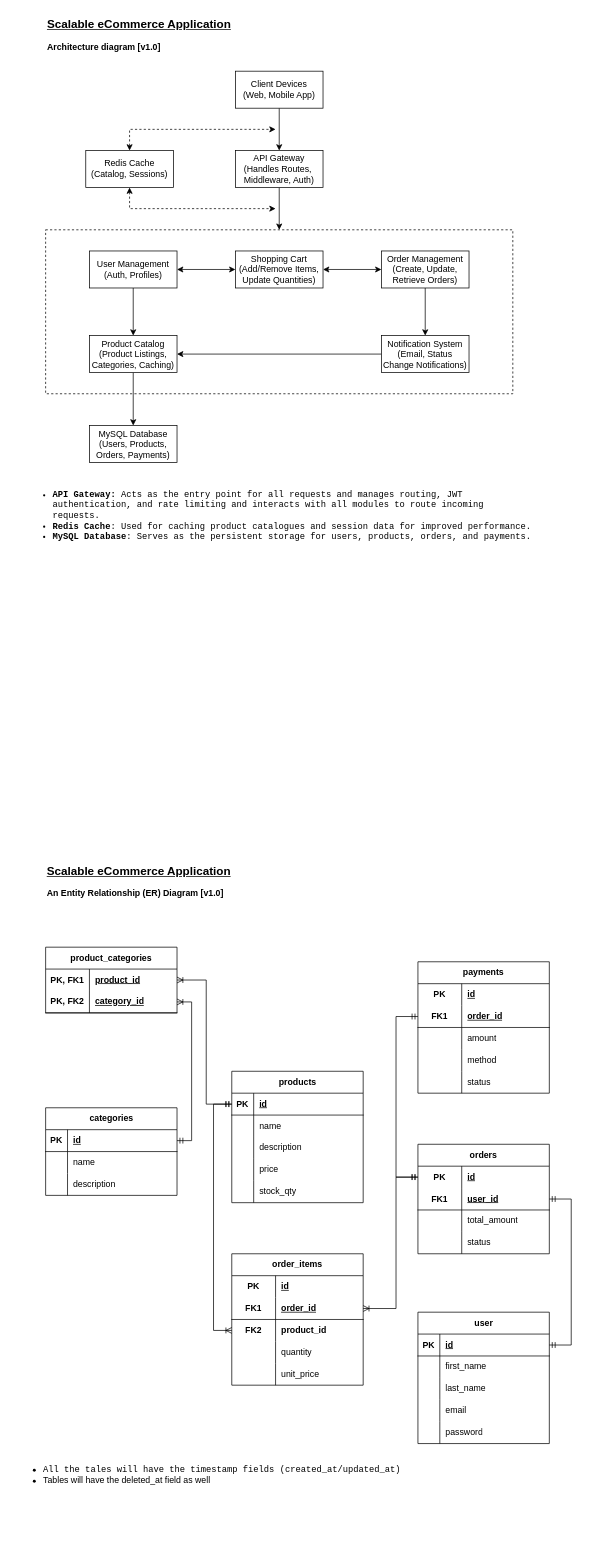
Earlier version of the draw.io diagram Scalable eCommerce Application.drawio (pradeep-rajapaksha/iposg-test). Source tidied: cells renumbered, new cells numbered last; positions are measured from the earlier drawing's top-left corner, leaving out a move shared by most shapes. Both pictures are drawn from the tidied source at 73%, with x=0, y=0 at pixel (12, 12).
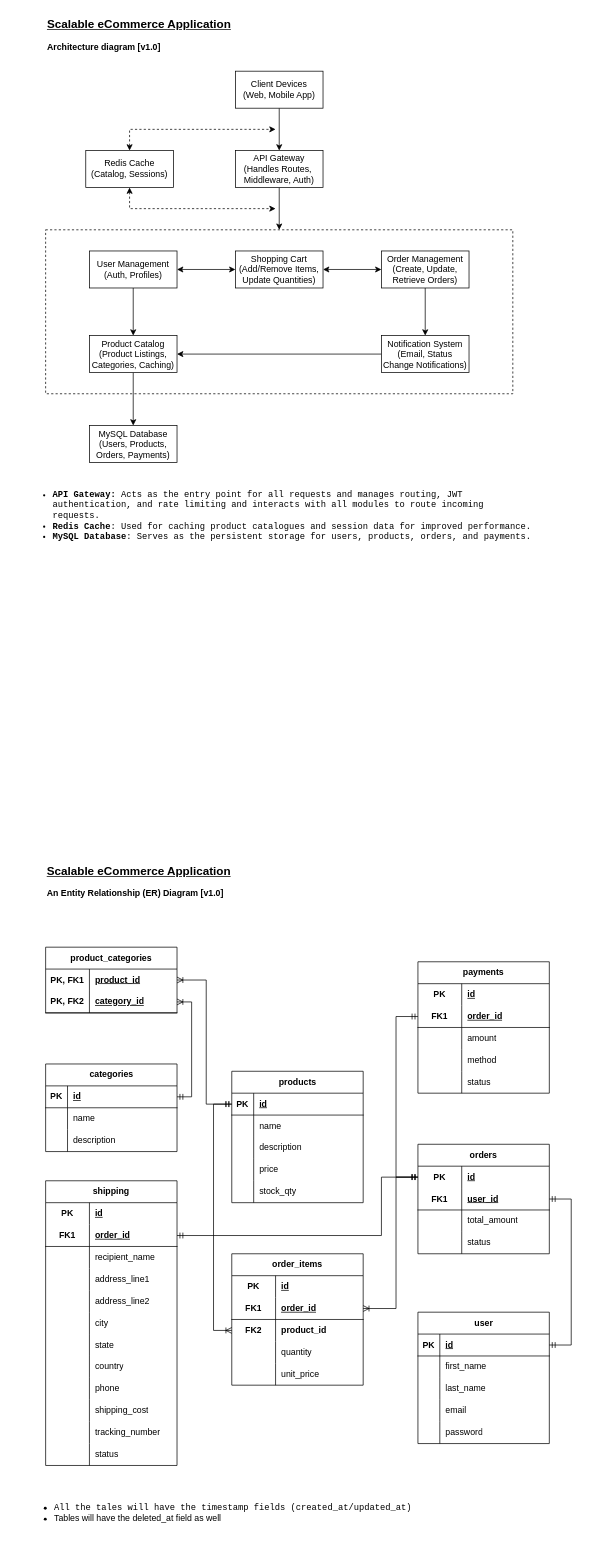
After the change.

Unchanged cells that the change refers to:
```xml
<mxCell id="28" style="shape=tableRow;horizontal=0;startSize=0;swimlaneHead=0;swimlaneBody=0;fillColor=none;points=[[0,0.5],[1,0.5]];portConstraint=eastwest;top=0;left=0;right=0;bottom=1;" parent="27" vertex="1">
  <mxGeometry y="30" width="180" height="30" as="geometry" />
</mxCell>
<mxCell id="38" style="shape=tableRow;horizontal=0;startSize=0;swimlaneHead=0;swimlaneBody=0;fillColor=none;points=[[0,0.5],[1,0.5]];portConstraint=eastwest;top=0;left=0;right=0;bottom=0;html=1;" parent="37" vertex="1">
  <mxGeometry y="30" width="180" height="30" as="geometry" />
</mxCell>
<mxCell id="41" style="shape=tableRow;horizontal=0;startSize=0;swimlaneHead=0;swimlaneBody=0;fillColor=none;points=[[0,0.5],[1,0.5]];portConstraint=eastwest;top=0;left=0;right=0;bottom=1;html=1;" parent="37" vertex="1">
  <mxGeometry y="60" width="180" height="30" as="geometry" />
</mxCell>
<mxCell id="54" style="shape=tableRow;horizontal=0;startSize=0;swimlaneHead=0;swimlaneBody=0;fillColor=none;points=[[0,0.5],[1,0.5]];portConstraint=eastwest;top=0;left=0;right=0;bottom=1;html=1;" parent="50" vertex="1">
  <mxGeometry y="60" width="180" height="30" as="geometry" />
</mxCell>
<mxCell id="67" style="shape=tableRow;horizontal=0;startSize=0;swimlaneHead=0;swimlaneBody=0;fillColor=none;points=[[0,0.5],[1,0.5]];portConstraint=eastwest;top=0;left=0;right=0;bottom=0;html=1;" parent="66" vertex="1">
  <mxGeometry y="30" width="180" height="30" as="geometry" />
</mxCell>
<mxCell id="70" style="shape=tableRow;horizontal=0;startSize=0;swimlaneHead=0;swimlaneBody=0;fillColor=none;points=[[0,0.5],[1,0.5]];portConstraint=eastwest;top=0;left=0;right=0;bottom=1;html=1;" parent="66" vertex="1">
  <mxGeometry y="60" width="180" height="30" as="geometry" />
</mxCell>
<mxCell id="74" style="shape=tableRow;horizontal=0;startSize=0;swimlaneHead=0;swimlaneBody=0;fillColor=none;points=[[0,0.5],[1,0.5]];portConstraint=eastwest;top=0;left=0;right=0;bottom=1;" parent="73" vertex="1">
  <mxGeometry y="30" width="180" height="30" as="geometry" />
</mxCell>
<mxCell id="94" style="shape=tableRow;horizontal=0;startSize=0;swimlaneHead=0;swimlaneBody=0;fillColor=none;points=[[0,0.5],[1,0.5]];portConstraint=eastwest;top=0;left=0;right=0;bottom=1;" parent="93" vertex="1">
  <mxGeometry y="30" width="180" height="30" as="geometry" />
</mxCell>
<mxCell id="114" style="shape=tableRow;horizontal=0;startSize=0;swimlaneHead=0;swimlaneBody=0;fillColor=none;points=[[0,0.5],[1,0.5]];portConstraint=eastwest;top=0;left=0;right=0;bottom=1;html=1;strokeColor=default;swimlaneLine=1;" parent="110" vertex="1">
  <mxGeometry y="60" width="180" height="30" as="geometry" />
</mxCell>
<mxCell id="117" style="shape=tableRow;horizontal=0;startSize=0;swimlaneHead=0;swimlaneBody=0;fillColor=none;points=[[0,0.5],[1,0.5]];portConstraint=eastwest;top=0;left=0;right=0;bottom=0;html=1;swimlaneLine=1;strokeColor=default;fontStyle=1;" parent="110" vertex="1">
  <mxGeometry y="90" width="180" height="30" as="geometry" />
</mxCell>
```

Change to the diagram source:
```diff
@@
-    <mxCell id="26" style="group;" parent="1" vertex="1">
-      <mxGeometry y="1160" width="765" height="878" as="geometry" />
-    </mxCell>
-    <mxCell id="27" value="categories" style="shape=table;startSize=30;childLayout=tableLayout;rowLines=0;fontStyle=1;align=center;html=1;" parent="26" vertex="1">
-      <mxGeometry x="45" y="340" width="180" height="120" as="geometry" />
+    <mxCell id="27" value="categories" style="shape=table;startSize=30;childLayout=tableLayout;rowLines=0;fontStyle=1;align=center;html=1;" parent="1" vertex="1">
+      <mxGeometry x="45" y="1440" width="180" height="120" as="geometry" />
     </mxCell>
@@
-    <mxCell id="37" value="orders" style="shape=table;startSize=30;childLayout=tableLayout;rowLines=0;fontStyle=1;align=center;html=1;whiteSpace=wrap;" parent="26" vertex="1">
-      <mxGeometry x="555" y="390" width="180" height="150" as="geometry" />
+    <mxCell id="37" value="orders" style="shape=table;startSize=30;childLayout=tableLayout;rowLines=0;fontStyle=1;align=center;html=1;whiteSpace=wrap;" parent="1" vertex="1">
+      <mxGeometry x="555" y="1550" width="180" height="150" as="geometry" />
     </mxCell>
@@
-    <mxCell id="50" value="payments" style="shape=table;startSize=30;childLayout=tableLayout;rowLines=0;fontStyle=1;align=center;html=1;whiteSpace=wrap;" parent="26" vertex="1">
-      <mxGeometry x="555" y="140" width="180" height="180" as="geometry" />
+    <mxCell id="50" value="payments" style="shape=table;startSize=30;childLayout=tableLayout;rowLines=0;fontStyle=1;align=center;html=1;whiteSpace=wrap;" parent="1" vertex="1">
+      <mxGeometry x="555" y="1300" width="180" height="180" as="geometry" />
     </mxCell>
@@
-    <mxCell id="66" value="product_categories" style="shape=table;startSize=30;childLayout=tableLayout;rowLines=0;fontStyle=1;align=center;html=1;whiteSpace=wrap;" parent="26" vertex="1">
-      <mxGeometry x="45" y="120" width="180" height="90" as="geometry" />
+    <mxCell id="66" value="product_categories" style="shape=table;startSize=30;childLayout=tableLayout;rowLines=0;fontStyle=1;align=center;html=1;whiteSpace=wrap;" parent="1" vertex="1">
+      <mxGeometry x="45" y="1280" width="180" height="90" as="geometry" />
     </mxCell>
@@
-    <mxCell id="73" value="user        " style="shape=table;startSize=30;childLayout=tableLayout;rowLines=0;fontStyle=1;align=center;html=1;" parent="26" vertex="1">
-      <mxGeometry x="555" y="620" width="180" height="180" as="geometry" />
+    <mxCell id="73" value="user        " style="shape=table;startSize=30;childLayout=tableLayout;rowLines=0;fontStyle=1;align=center;html=1;" parent="1" vertex="1">
+      <mxGeometry x="555" y="1780" width="180" height="180" as="geometry" />
     </mxCell>
@@
-    <mxCell id="89" style="edgeStyle=elbowEdgeStyle;fontSize=12;html=1;endArrow=ERoneToMany;startArrow=ERmandOne;rounded=0;" parent="26" edge="1" source="94" target="67">
+    <mxCell id="89" style="edgeStyle=elbowEdgeStyle;fontSize=12;html=1;endArrow=ERoneToMany;startArrow=ERmandOne;rounded=0;" parent="1" edge="1" source="94" target="67">
       <mxGeometry relative="1" as="geometry">
         <Array as="points">
-          <mxPoint x="265" y="250" />
+          <mxPoint x="265" y="1410" />
         </Array>
       </mxGeometry>
     </mxCell>
-    <mxCell id="90" style="edgeStyle=elbowEdgeStyle;fontSize=12;html=1;endArrow=ERoneToMany;startArrow=ERmandOne;rounded=0;" parent="26" edge="1" source="28" target="70">
+    <mxCell id="90" style="edgeStyle=elbowEdgeStyle;fontSize=12;html=1;endArrow=ERoneToMany;startArrow=ERmandOne;rounded=0;" parent="1" edge="1" source="28" target="70">
       <mxGeometry relative="1" as="geometry">
         <Array as="points">
-          <mxPoint x="245" y="300" />
+          <mxPoint x="245" y="1460" />
         </Array>
       </mxGeometry>
     </mxCell>
-    <mxCell id="91" style="edgeStyle=elbowEdgeStyle;fontSize=12;html=1;endArrow=ERoneToMany;startArrow=ERmandOne;rounded=0;" parent="26" edge="1" source="38" target="114">
+    <mxCell id="91" style="edgeStyle=elbowEdgeStyle;fontSize=12;html=1;endArrow=ERoneToMany;startArrow=ERmandOne;rounded=0;" parent="1" edge="1" source="38" target="114">
       <mxGeometry relative="1" as="geometry">
         <Array as="points">
-          <mxPoint x="525" y="520" />
+          <mxPoint x="525" y="1680" />
         </Array>
       </mxGeometry>
     </mxCell>
-    <mxCell id="92" style="edgeStyle=elbowEdgeStyle;fontSize=12;html=1;endArrow=ERmandOne;startArrow=ERmandOne;rounded=0;" parent="26" edge="1" source="74" target="41">
+    <mxCell id="92" style="edgeStyle=elbowEdgeStyle;fontSize=12;html=1;endArrow=ERmandOne;startArrow=ERmandOne;rounded=0;" parent="1" edge="1" source="74" target="41">
       <mxGeometry relative="1" as="geometry">
         <Array as="points">
-          <mxPoint x="765" y="570" />
+          <mxPoint x="765" y="1730" />
         </Array>
       </mxGeometry>
     </mxCell>
-    <mxCell id="93" value="products" style="shape=table;startSize=30;childLayout=tableLayout;rowLines=0;fontStyle=1;align=center;html=1;" parent="26" vertex="1">
-      <mxGeometry x="300" y="290" width="180" height="180" as="geometry" />
+    <mxCell id="93" value="products" style="shape=table;startSize=30;childLayout=tableLayout;rowLines=0;fontStyle=1;align=center;html=1;" parent="1" vertex="1">
+      <mxGeometry x="300" y="1450" width="180" height="180" as="geometry" />
     </mxCell>
@@
-    <mxCell id="109" style="edgeStyle=elbowEdgeStyle;fontSize=12;html=1;endArrow=ERoneToMany;startArrow=ERmandOne;rounded=0;" parent="26" edge="1" source="94" target="117">
+    <mxCell id="109" style="edgeStyle=elbowEdgeStyle;fontSize=12;html=1;endArrow=ERoneToMany;startArrow=ERmandOne;rounded=0;" parent="1" edge="1" source="94" target="117">
       <mxGeometry relative="1" as="geometry">
         <Array as="points">
-          <mxPoint x="275" y="530" />
+          <mxPoint x="275" y="1690" />
         </Array>
       </mxGeometry>
     </mxCell>
-    <mxCell id="110" value="order_items" style="shape=table;startSize=30;childLayout=tableLayout;rowLines=0;fontStyle=1;align=center;html=1;whiteSpace=wrap;strokeColor=default;swimlaneLine=1;fillColor=default;" parent="26" vertex="1">
-      <mxGeometry x="300" y="540" width="180" height="180" as="geometry" />
+    <mxCell id="110" value="order_items" style="shape=table;startSize=30;childLayout=tableLayout;rowLines=0;fontStyle=1;align=center;html=1;whiteSpace=wrap;strokeColor=default;swimlaneLine=1;fillColor=default;" parent="1" vertex="1">
+      <mxGeometry x="300" y="1700" width="180" height="180" as="geometry" />
     </mxCell>
@@
-    <mxCell id="126" style="edgeStyle=elbowEdgeStyle;fontSize=12;html=1;endArrow=ERmandOne;startArrow=ERmandOne;rounded=0;" parent="26" edge="1" source="54" target="38">
+    <mxCell id="126" style="edgeStyle=elbowEdgeStyle;fontSize=12;html=1;endArrow=ERmandOne;startArrow=ERmandOne;rounded=0;" parent="1" edge="1" source="54" target="38">
       <mxGeometry relative="1" as="geometry">
         <Array as="points">
-          <mxPoint x="525" y="330" />
+          <mxPoint x="525" y="1490" />
         </Array>
       </mxGeometry>
     </mxCell>
-    <mxCell id="127" value="&lt;div align=&quot;left&quot;&gt;&lt;ul&gt;&lt;li&gt;&lt;font face=&quot;Courier New&quot;&gt;All the tales will have the timestamp fields (created_at/updated_at)&lt;/font&gt;&lt;/li&gt;&lt;li&gt;&lt;font face=&quot;fUHPtZTqFBYMLotsXblj&quot;&gt;Tables will have the deleted_at field as well &lt;/font&gt;&lt;/li&gt;&lt;/ul&gt;&lt;/div&gt;" style="text;html=1;align=left;verticalAlign=middle;strokeColor=none;fillColor=none;" parent="26" vertex="1">
-      <mxGeometry y="808" width="550" height="70" as="geometry" />
+    <mxCell id="127" value="&lt;div align=&quot;left&quot;&gt;&lt;ul&gt;&lt;li&gt;&lt;font face=&quot;Courier New&quot;&gt;All the tales will have the timestamp fields (created_at/updated_at)&lt;/font&gt;&lt;/li&gt;&lt;li&gt;&lt;font face=&quot;fUHPtZTqFBYMLotsXblj&quot;&gt;Tables will have the deleted_at field as well &lt;/font&gt;&lt;/li&gt;&lt;/ul&gt;&lt;/div&gt;" style="text;html=1;align=left;verticalAlign=middle;strokeColor=none;fillColor=none;" parent="1" vertex="1">
+      <mxGeometry x="15" y="2020" width="550" height="70" as="geometry" />
     </mxCell>
-    <mxCell id="128" value="&lt;div align=&quot;left&quot;&gt;&lt;b&gt;&lt;font style=&quot;font-size: 16px;&quot;&gt;&lt;u&gt;Scalable eCommerce Application&lt;/u&gt;&amp;nbsp;&lt;/font&gt;&lt;/b&gt;&lt;/div&gt;&lt;div align=&quot;left&quot;&gt;&lt;b style=&quot;font-size: 7px;&quot;&gt;&lt;font style=&quot;font-size: 7px;&quot;&gt;&amp;nbsp; &lt;br&gt;&lt;/font&gt;&lt;/b&gt;&lt;/div&gt;&lt;div align=&quot;left&quot;&gt;&lt;b&gt;&lt;span lang=&quot;en&quot; class=&quot;BxUVEf ILfuVd&quot;&gt;&lt;span class=&quot;hgKElc&quot;&gt;&lt;font style=&quot;font-size: 12px;&quot;&gt;An Entity Relationship (ER) Diagram&lt;/font&gt;&lt;/span&gt;&lt;/span&gt;&lt;font style=&quot;font-size: 12px;&quot;&gt; [v1.0]&lt;/font&gt;&lt;/b&gt;&lt;/div&gt;" style="text;html=1;align=left;verticalAlign=middle;strokeColor=none;fillColor=none;" parent="26" vertex="1">
-      <mxGeometry x="45" width="280" height="60" as="geometry" />
+    <mxCell id="128" value="&lt;div align=&quot;left&quot;&gt;&lt;b&gt;&lt;font style=&quot;font-size: 16px;&quot;&gt;&lt;u&gt;Scalable eCommerce Application&lt;/u&gt;&amp;nbsp;&lt;/font&gt;&lt;/b&gt;&lt;/div&gt;&lt;div align=&quot;left&quot;&gt;&lt;b style=&quot;font-size: 7px;&quot;&gt;&lt;font style=&quot;font-size: 7px;&quot;&gt;&amp;nbsp; &lt;br&gt;&lt;/font&gt;&lt;/b&gt;&lt;/div&gt;&lt;div align=&quot;left&quot;&gt;&lt;b&gt;&lt;span lang=&quot;en&quot; class=&quot;BxUVEf ILfuVd&quot;&gt;&lt;span class=&quot;hgKElc&quot;&gt;&lt;font style=&quot;font-size: 12px;&quot;&gt;An Entity Relationship (ER) Diagram&lt;/font&gt;&lt;/span&gt;&lt;/span&gt;&lt;font style=&quot;font-size: 12px;&quot;&gt; [v1.0]&lt;/font&gt;&lt;/b&gt;&lt;/div&gt;" style="text;html=1;align=left;verticalAlign=middle;strokeColor=none;fillColor=none;" parent="1" vertex="1">
+      <mxGeometry x="45" y="1160" width="280" height="60" as="geometry" />
     </mxCell>
+    <mxCell id="129" value="shipping" style="shape=table;startSize=30;childLayout=tableLayout;rowLines=0;fontStyle=1;align=center;html=1;whiteSpace=wrap;" parent="1" vertex="1">
+      <mxGeometry x="45" y="1600" width="180" height="390" as="geometry" />
+    </mxCell>
+    <mxCell id="130" style="shape=tableRow;horizontal=0;startSize=0;swimlaneHead=0;swimlaneBody=0;fillColor=none;top=0;left=0;right=0;bottom=0;html=1;" parent="129" vertex="1">
+      <mxGeometry y="30" width="180" height="30" as="geometry" />
+    </mxCell>
+    <mxCell id="131" value="PK" style="shape=partialRectangle;fillColor=none;top=0;left=0;bottom=0;right=0;fontStyle=1;overflow=hidden;html=1;whiteSpace=wrap;" parent="130" vertex="1">
+      <mxGeometry width="60" height="30" as="geometry" />
+    </mxCell>
+    <mxCell id="132" value="&lt;div&gt;id&lt;/div&gt;" style="shape=partialRectangle;fillColor=none;top=0;left=0;bottom=0;right=0;align=left;spacingLeft=6;fontStyle=5;overflow=hidden;html=1;whiteSpace=wrap;" parent="130" vertex="1">
+      <mxGeometry x="60" width="120" height="30" as="geometry" />
+    </mxCell>
+    <mxCell id="133" style="shape=tableRow;horizontal=0;startSize=0;swimlaneHead=0;swimlaneBody=0;fillColor=none;points=[[0,0.5],[1,0.5]];portConstraint=eastwest;top=0;left=0;right=0;bottom=1;html=1;" parent="129" vertex="1">
+      <mxGeometry y="60" width="180" height="30" as="geometry" />
+    </mxCell>
+    <mxCell id="134" value="FK1" style="shape=partialRectangle;fillColor=none;top=0;left=0;bottom=0;right=0;fontStyle=1;overflow=hidden;html=1;whiteSpace=wrap;" parent="133" vertex="1">
+      <mxGeometry width="60" height="30" as="geometry" />
+    </mxCell>
+    <mxCell id="135" value="order_id" style="shape=partialRectangle;fillColor=none;top=0;left=0;bottom=0;right=0;align=left;spacingLeft=6;fontStyle=5;overflow=hidden;html=1;whiteSpace=wrap;" parent="133" vertex="1">
+      <mxGeometry x="60" width="120" height="30" as="geometry" />
+    </mxCell>
+    <mxCell id="136" style="shape=tableRow;horizontal=0;startSize=0;swimlaneHead=0;swimlaneBody=0;fillColor=none;top=0;left=0;right=0;bottom=0;html=1;" parent="129" vertex="1">
+      <mxGeometry y="90" width="180" height="30" as="geometry" />
+    </mxCell>
+    <mxCell id="137" style="shape=partialRectangle;fillColor=none;top=0;left=0;bottom=0;right=0;overflow=hidden;html=1;whiteSpace=wrap;" parent="136" vertex="1">
+      <mxGeometry width="60" height="30" as="geometry" />
+    </mxCell>
+    <mxCell id="138" value="recipient_name" style="shape=partialRectangle;fillColor=none;top=0;left=0;bottom=0;right=0;align=left;spacingLeft=6;overflow=hidden;html=1;whiteSpace=wrap;" parent="136" vertex="1">
+      <mxGeometry x="60" width="120" height="30" as="geometry" />
+    </mxCell>
+    <mxCell id="139" style="shape=tableRow;horizontal=0;startSize=0;swimlaneHead=0;swimlaneBody=0;fillColor=none;top=0;left=0;right=0;bottom=0;html=1;" parent="129" vertex="1">
+      <mxGeometry y="120" width="180" height="30" as="geometry" />
+    </mxCell>
+    <mxCell id="140" value="&lt;span style=&quot;white-space: pre;&quot;&gt;&#9;&lt;/span&gt;" style="shape=partialRectangle;fillColor=none;top=0;left=0;bottom=0;right=0;overflow=hidden;html=1;whiteSpace=wrap;" parent="139" vertex="1">
+      <mxGeometry width="60" height="30" as="geometry" />
+    </mxCell>
+    <mxCell id="141" value="address_line1" style="shape=partialRectangle;fillColor=none;top=0;left=0;bottom=0;right=0;align=left;spacingLeft=6;overflow=hidden;html=1;whiteSpace=wrap;" parent="139" vertex="1">
+      <mxGeometry x="60" width="120" height="30" as="geometry" />
+    </mxCell>
+    <mxCell id="142" style="shape=tableRow;horizontal=0;startSize=0;swimlaneHead=0;swimlaneBody=0;fillColor=none;top=0;left=0;right=0;bottom=0;html=1;" parent="129" vertex="1">
+      <mxGeometry y="150" width="180" height="30" as="geometry" />
+    </mxCell>
+    <mxCell id="143" style="shape=partialRectangle;fillColor=none;top=0;left=0;bottom=0;right=0;overflow=hidden;html=1;whiteSpace=wrap;" parent="142" vertex="1">
+      <mxGeometry width="60" height="30" as="geometry" />
+    </mxCell>
+    <mxCell id="144" value="address_line2" style="shape=partialRectangle;fillColor=none;top=0;left=0;bottom=0;right=0;align=left;spacingLeft=6;overflow=hidden;html=1;whiteSpace=wrap;" parent="142" vertex="1">
+      <mxGeometry x="60" width="120" height="30" as="geometry" />
+    </mxCell>
+    <mxCell id="145" style="shape=tableRow;horizontal=0;startSize=0;swimlaneHead=0;swimlaneBody=0;fillColor=none;top=0;left=0;right=0;bottom=0;html=1;" parent="129" vertex="1">
+      <mxGeometry y="180" width="180" height="30" as="geometry" />
+    </mxCell>
+    <mxCell id="146" style="shape=partialRectangle;fillColor=none;top=0;left=0;bottom=0;right=0;overflow=hidden;html=1;whiteSpace=wrap;" parent="145" vertex="1">
+      <mxGeometry width="60" height="30" as="geometry" />
+    </mxCell>
+    <mxCell id="147" value="city" style="shape=partialRectangle;fillColor=none;top=0;left=0;bottom=0;right=0;align=left;spacingLeft=6;overflow=hidden;html=1;whiteSpace=wrap;" parent="145" vertex="1">
+      <mxGeometry x="60" width="120" height="30" as="geometry" />
+    </mxCell>
+    <mxCell id="148" style="shape=tableRow;horizontal=0;startSize=0;swimlaneHead=0;swimlaneBody=0;fillColor=none;top=0;left=0;right=0;bottom=0;html=1;" parent="129" vertex="1">
+      <mxGeometry y="210" width="180" height="30" as="geometry" />
+    </mxCell>
+    <mxCell id="149" style="shape=partialRectangle;fillColor=none;top=0;left=0;bottom=0;right=0;overflow=hidden;html=1;whiteSpace=wrap;" parent="148" vertex="1">
+      <mxGeometry width="60" height="30" as="geometry" />
+    </mxCell>
+    <mxCell id="150" value="state" style="shape=partialRectangle;fillColor=none;top=0;left=0;bottom=0;right=0;align=left;spacingLeft=6;overflow=hidden;html=1;whiteSpace=wrap;" parent="148" vertex="1">
+      <mxGeometry x="60" width="120" height="30" as="geometry" />
+    </mxCell>
+    <mxCell id="151" style="shape=tableRow;horizontal=0;startSize=0;swimlaneHead=0;swimlaneBody=0;fillColor=none;top=0;left=0;right=0;bottom=0;html=1;" parent="129" vertex="1">
+      <mxGeometry y="240" width="180" height="30" as="geometry" />
+    </mxCell>
+    <mxCell id="152" style="shape=partialRectangle;fillColor=none;top=0;left=0;bottom=0;right=0;overflow=hidden;html=1;whiteSpace=wrap;" parent="151" vertex="1">
+      <mxGeometry width="60" height="30" as="geometry" />
+    </mxCell>
+    <mxCell id="153" value="country" style="shape=partialRectangle;fillColor=none;top=0;left=0;bottom=0;right=0;align=left;spacingLeft=6;overflow=hidden;html=1;whiteSpace=wrap;" parent="151" vertex="1">
+      <mxGeometry x="60" width="120" height="30" as="geometry" />
+    </mxCell>
+    <mxCell id="154" style="shape=tableRow;horizontal=0;startSize=0;swimlaneHead=0;swimlaneBody=0;fillColor=none;top=0;left=0;right=0;bottom=0;html=1;" parent="129" vertex="1">
+      <mxGeometry y="270" width="180" height="30" as="geometry" />
+    </mxCell>
+    <mxCell id="155" style="shape=partialRectangle;fillColor=none;top=0;left=0;bottom=0;right=0;overflow=hidden;html=1;whiteSpace=wrap;" parent="154" vertex="1">
+      <mxGeometry width="60" height="30" as="geometry" />
+    </mxCell>
+    <mxCell id="156" value="phone" style="shape=partialRectangle;fillColor=none;top=0;left=0;bottom=0;right=0;align=left;spacingLeft=6;overflow=hidden;html=1;whiteSpace=wrap;" parent="154" vertex="1">
+      <mxGeometry x="60" width="120" height="30" as="geometry" />
+    </mxCell>
+    <mxCell id="157" style="shape=tableRow;horizontal=0;startSize=0;swimlaneHead=0;swimlaneBody=0;fillColor=none;top=0;left=0;right=0;bottom=0;html=1;" parent="129" vertex="1">
+      <mxGeometry y="300" width="180" height="30" as="geometry" />
+    </mxCell>
+    <mxCell id="158" style="shape=partialRectangle;fillColor=none;top=0;left=0;bottom=0;right=0;overflow=hidden;html=1;whiteSpace=wrap;" parent="157" vertex="1">
+      <mxGeometry width="60" height="30" as="geometry" />
+    </mxCell>
+    <mxCell id="159" value="shipping_cost" style="shape=partialRectangle;fillColor=none;top=0;left=0;bottom=0;right=0;align=left;spacingLeft=6;overflow=hidden;html=1;whiteSpace=wrap;" parent="157" vertex="1">
+      <mxGeometry x="60" width="120" height="30" as="geometry" />
+    </mxCell>
+    <mxCell id="160" style="shape=tableRow;horizontal=0;startSize=0;swimlaneHead=0;swimlaneBody=0;fillColor=none;top=0;left=0;right=0;bottom=0;html=1;" parent="129" vertex="1">
+      <mxGeometry y="330" width="180" height="30" as="geometry" />
+    </mxCell>
+    <mxCell id="161" style="shape=partialRectangle;fillColor=none;top=0;left=0;bottom=0;right=0;overflow=hidden;html=1;whiteSpace=wrap;" parent="160" vertex="1">
+      <mxGeometry width="60" height="30" as="geometry" />
+    </mxCell>
+    <mxCell id="162" value="tracking_number" style="shape=partialRectangle;fillColor=none;top=0;left=0;bottom=0;right=0;align=left;spacingLeft=6;overflow=hidden;html=1;whiteSpace=wrap;" parent="160" vertex="1">
+      <mxGeometry x="60" width="120" height="30" as="geometry" />
+    </mxCell>
+    <mxCell id="163" style="shape=tableRow;horizontal=0;startSize=0;swimlaneHead=0;swimlaneBody=0;fillColor=none;top=0;left=0;right=0;bottom=0;html=1;" parent="129" vertex="1">
+      <mxGeometry y="360" width="180" height="30" as="geometry" />
+    </mxCell>
+    <mxCell id="164" style="shape=partialRectangle;fillColor=none;top=0;left=0;bottom=0;right=0;overflow=hidden;html=1;whiteSpace=wrap;" parent="163" vertex="1">
+      <mxGeometry width="60" height="30" as="geometry" />
+    </mxCell>
+    <mxCell id="165" value="status" style="shape=partialRectangle;fillColor=none;top=0;left=0;bottom=0;right=0;align=left;spacingLeft=6;overflow=hidden;html=1;whiteSpace=wrap;" parent="163" vertex="1">
+      <mxGeometry x="60" width="120" height="30" as="geometry" />
+    </mxCell>
+    <mxCell id="166" style="edgeStyle=elbowEdgeStyle;fontSize=12;html=1;endArrow=ERmandOne;startArrow=ERmandOne;rounded=0;" parent="1" edge="1" source="133" target="38">
+      <mxGeometry relative="1" as="geometry">
+        <Array as="points">
+          <mxPoint x="505" y="1630" />
+        </Array>
+      </mxGeometry>
+    </mxCell>
```
